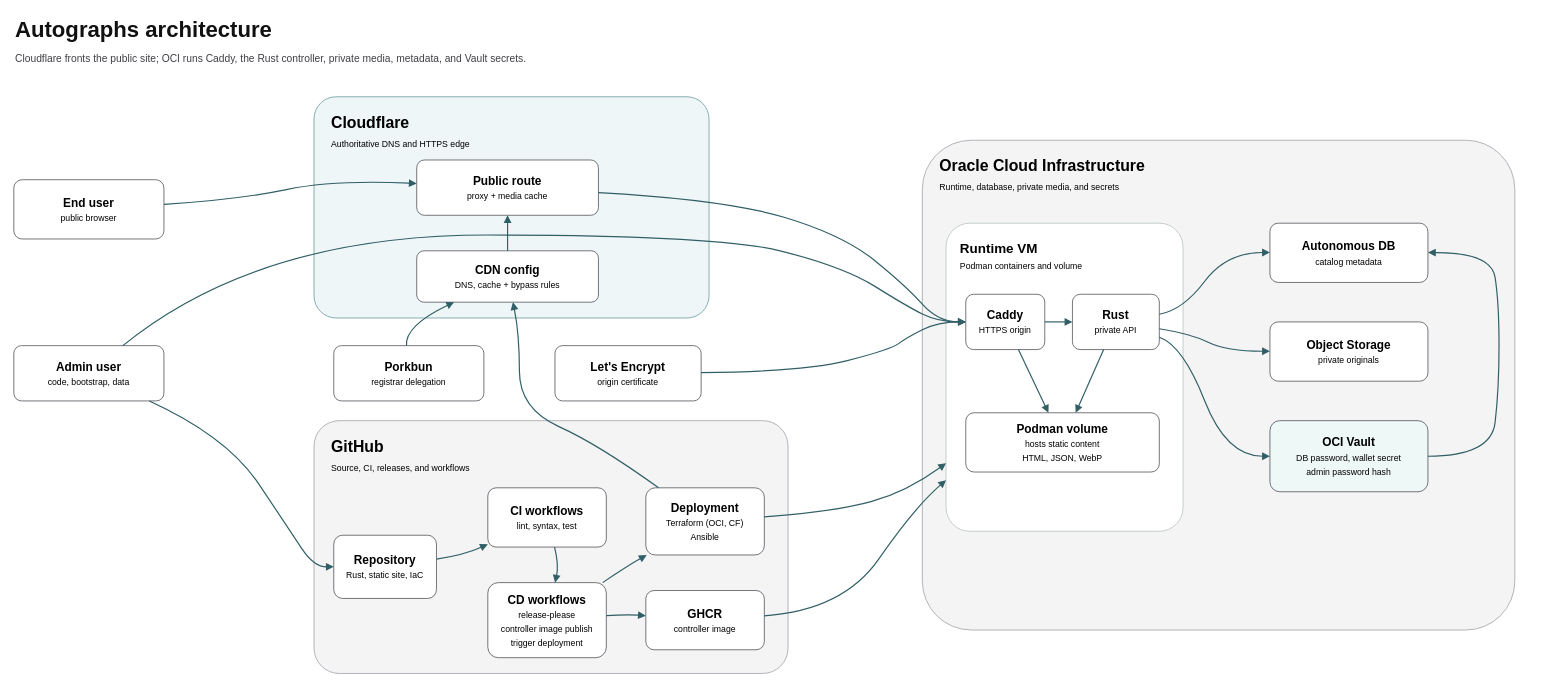
Above: docs/architecture.drawio in jetsaredim/autographs (draw.io), before the change. Source tidied: cells renumbered, new cells numbered last; positions are measured from the earlier drawing's top-left corner, leaving out a move shared by most shapes. Both pictures are drawn from the tidied source at 79%, with x=0, y=0 at pixel (13, 13).
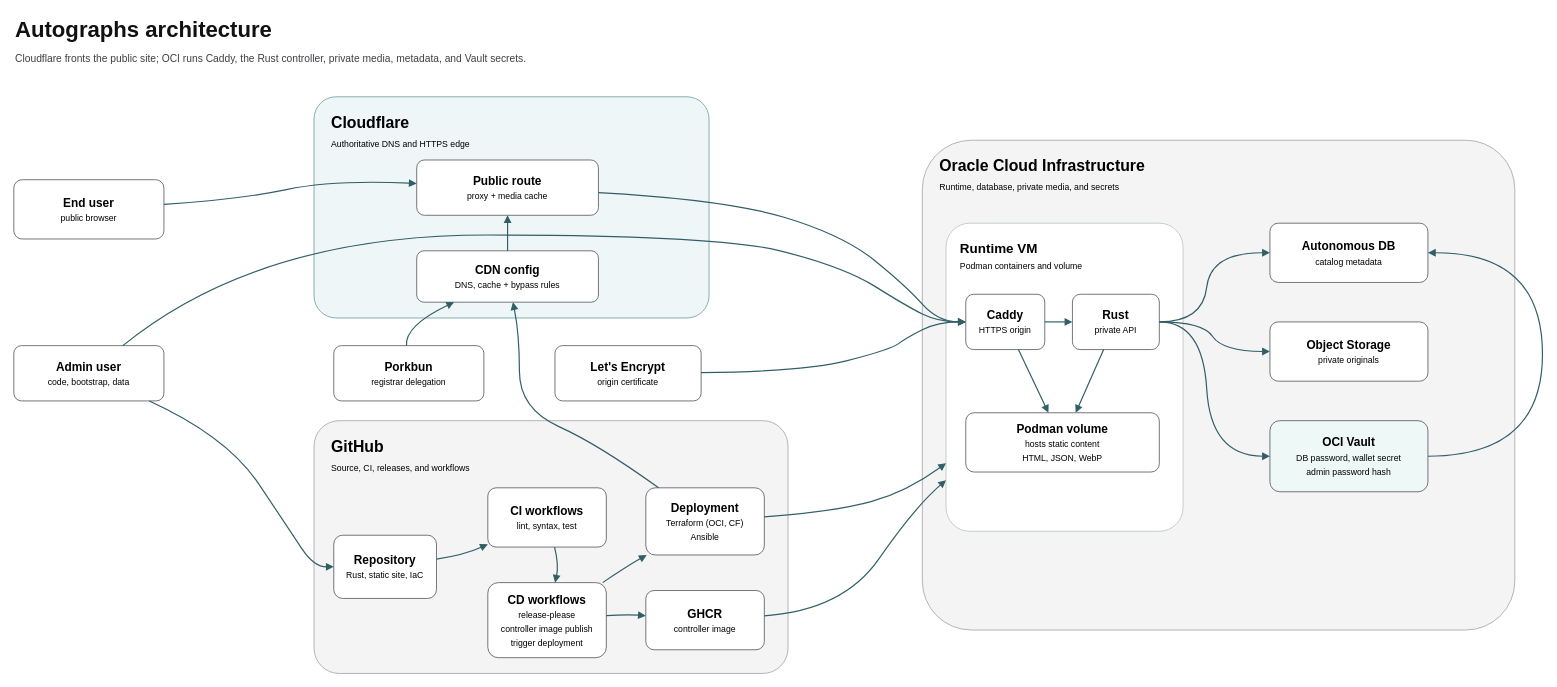
After the change.

Commit message (it also covers changes not shown here):
docs: smooth OCI service connections in architecture diagram

Unchanged cells that the change refers to:
```xml
<mxCell id="16" value="&lt;b&gt;Rust&lt;/b&gt;&lt;br&gt;&lt;font style=&quot;font-size: 11px; font-weight: 400;&quot;&gt;private API&lt;/font&gt;" style="rounded=1;whiteSpace=wrap;html=1;fillColor=#ffffff;strokeColor=#52525b;arcSize=14;align=center;verticalAlign=middle;fontSize=15;" parent="1" vertex="1">
  <mxGeometry x="1340" y="355" width="110" height="70" as="geometry" />
</mxCell>
<mxCell id="18" value="&lt;b&gt;Autonomous DB&lt;/b&gt;&lt;br&gt;&lt;font style=&quot;font-size: 11px; font-weight: 400;&quot;&gt;catalog metadata&lt;/font&gt;" style="rounded=1;whiteSpace=wrap;html=1;fillColor=#ffffff;strokeColor=#52525b;arcSize=14;align=center;verticalAlign=middle;fontSize=15;" parent="1" vertex="1">
  <mxGeometry x="1590" y="265" width="200" height="75" as="geometry" />
</mxCell>
<mxCell id="19" value="&lt;b&gt;Object Storage&lt;/b&gt;&lt;br&gt;&lt;font style=&quot;font-size: 11px; font-weight: 400;&quot;&gt;private originals&lt;/font&gt;" style="rounded=1;whiteSpace=wrap;html=1;fillColor=#ffffff;strokeColor=#52525b;arcSize=14;align=center;verticalAlign=middle;fontSize=15;" parent="1" vertex="1">
  <mxGeometry x="1590" y="390" width="200" height="75" as="geometry" />
</mxCell>
<mxCell id="20" value="&lt;b&gt;OCI Vault&lt;/b&gt;&lt;br&gt;&lt;font style=&quot;font-size: 11px; font-weight: 400;&quot;&gt;DB password, wallet secret&lt;br&gt;admin password hash&lt;/font&gt;" style="rounded=1;whiteSpace=wrap;html=1;fillColor=#eef8f6;strokeColor=#52525b;arcSize=14;align=center;verticalAlign=middle;fontSize=15;" parent="1" vertex="1">
  <mxGeometry x="1590" y="515" width="200" height="90" as="geometry" />
</mxCell>
```

What changed in the source:
```diff
@@
-    <mxCell id="42" style="endArrow=block;html=1;rounded=1;curved=1;strokeColor=#315f66;strokeWidth=1.5;fontSize=11;fontColor=#315f66;labelBackgroundColor=#ffffff;" parent="1" edge="1" source="16" target="18">
+    <mxCell id="42" style="endArrow=block;html=1;rounded=1;curved=1;strokeColor=#315f66;strokeWidth=1.5;fontSize=11;fontColor=#315f66;labelBackgroundColor=#ffffff;exitX=1;exitY=0.5;entryX=0;entryY=0.5;" parent="1" edge="1" source="16" target="18">
       <mxGeometry relative="1" as="geometry">
         <Array as="points">
-          <mxPoint x="1480" y="375" />
-          <mxPoint x="1535" y="302" />
+          <mxPoint x="1505" y="390" />
+          <mxPoint x="1515" y="302" />
         </Array>
       </mxGeometry>
     </mxCell>
-    <mxCell id="43" style="endArrow=block;html=1;rounded=1;curved=1;strokeColor=#315f66;strokeWidth=1.5;fontSize=11;fontColor=#315f66;labelBackgroundColor=#ffffff;" parent="1" edge="1" source="16" target="19">
+    <mxCell id="43" style="endArrow=block;html=1;rounded=1;curved=1;strokeColor=#315f66;strokeWidth=1.5;fontSize=11;fontColor=#315f66;labelBackgroundColor=#ffffff;exitX=1;exitY=0.5;entryX=0;entryY=0.5;" parent="1" edge="1" source="16" target="19">
       <mxGeometry relative="1" as="geometry">
         <Array as="points">
-          <mxPoint x="1490" y="405" />
-          <mxPoint x="1535" y="427" />
+          <mxPoint x="1505" y="390" />
+          <mxPoint x="1530" y="427" />
         </Array>
       </mxGeometry>
     </mxCell>
-    <mxCell id="44" style="endArrow=block;html=1;rounded=1;curved=1;strokeColor=#315f66;strokeWidth=1.5;fontSize=11;fontColor=#315f66;labelBackgroundColor=#ffffff;" parent="1" edge="1" source="16" target="20">
+    <mxCell id="44" style="endArrow=block;html=1;rounded=1;curved=1;strokeColor=#315f66;strokeWidth=1.5;fontSize=11;fontColor=#315f66;labelBackgroundColor=#ffffff;exitX=1;exitY=0.5;entryX=0;entryY=0.5;" parent="1" edge="1" source="16" target="20">
       <mxGeometry relative="1" as="geometry">
         <Array as="points">
-          <mxPoint x="1480" y="420" />
-          <mxPoint x="1535" y="560" />
+          <mxPoint x="1505" y="390" />
+          <mxPoint x="1515" y="560" />
         </Array>
       </mxGeometry>
     </mxCell>
-    <mxCell id="45" style="endArrow=block;html=1;rounded=1;curved=1;strokeColor=#315f66;strokeWidth=1.5;fontSize=11;fontColor=#315f66;labelBackgroundColor=#ffffff;" parent="1" edge="1" source="20" target="18">
+    <mxCell id="45" style="endArrow=block;html=1;rounded=1;curved=1;strokeColor=#315f66;strokeWidth=1.5;fontSize=11;fontColor=#315f66;labelBackgroundColor=#ffffff;exitX=1;exitY=0.5;entryX=1;entryY=0.5;" parent="1" edge="1" source="20" target="18">
       <mxGeometry relative="1" as="geometry">
         <Array as="points">
-          <mxPoint x="1870" y="560" />
-          <mxPoint x="1880" y="475" />
-          <mxPoint x="1880" y="365" />
-          <mxPoint x="1870" y="302" />
+          <mxPoint x="1935" y="560" />
+          <mxPoint x="1935" y="302" />
         </Array>
       </mxGeometry>
     </mxCell>
```
